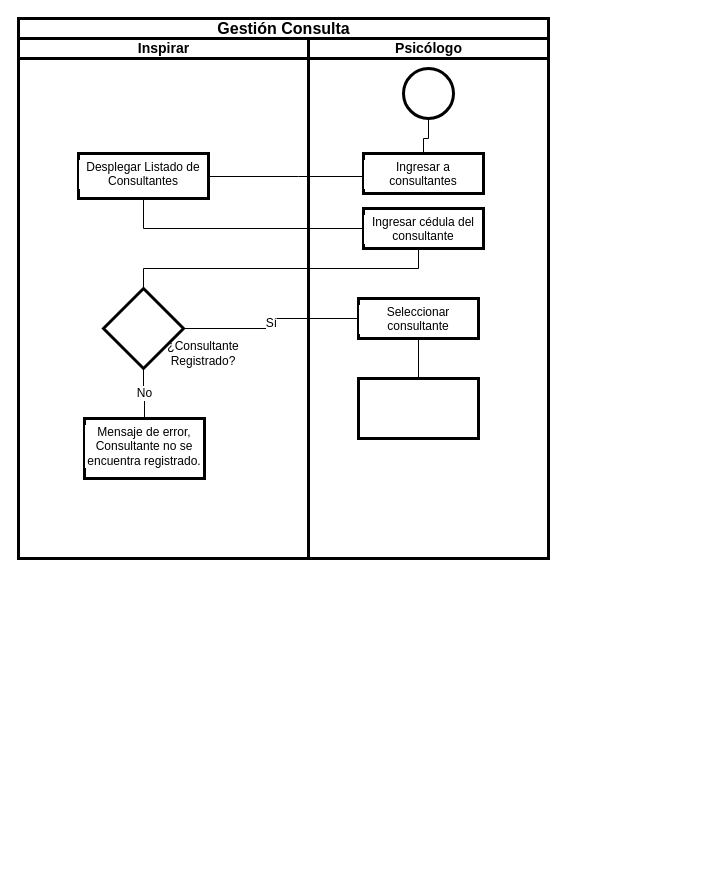
The draw.io diagram page "Diagrama de actividades" (7 of 7) of Diagramas/Untitled Diagram.drawio in MitzyMo/Diagramas, before the edit. Source tidied: cells renumbered, new cells numbered last; positions are measured from the earlier drawing's top-left corner, leaving out a move shared by most shapes. Both pictures are drawn from the tidied source at 100%, with x=0, y=0 at pixel (18, 18).
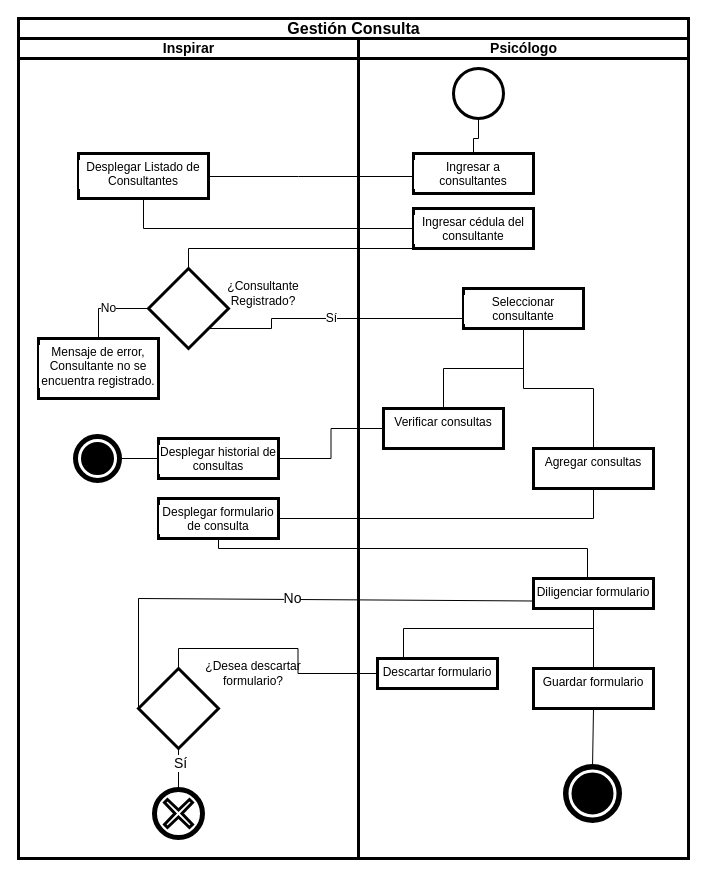
The same page after the edit.

Unchanged cells that the change refers to:
```xml
<mxCell id="4" value="Desplegar Listado de Consultantes" style="whiteSpace=wrap;html=1;fontSize=12;verticalAlign=top;labelBackgroundColor=#ffffff;strokeWidth=3;" parent="3" vertex="1">
  <mxGeometry x="60" y="115" width="130" height="45" as="geometry" />
</mxCell>
<mxCell id="13" value="Ingresar a consultantes" style="whiteSpace=wrap;html=1;fontSize=12;verticalAlign=top;labelBackgroundColor=#ffffff;strokeWidth=3;" parent="10" vertex="1">
  <mxGeometry x="55" y="115" width="120" height="40" as="geometry" />
</mxCell>
<mxCell id="14" value="Ingresar cédula del consultante" style="whiteSpace=wrap;html=1;fontSize=12;verticalAlign=top;labelBackgroundColor=#ffffff;strokeWidth=3;" parent="10" vertex="1">
  <mxGeometry x="55" y="170" width="120" height="40" as="geometry" />
</mxCell>
```

Change to the diagram source:
```diff
@@
     <mxCell id="2" value="Gestión Consulta" style="swimlane;html=1;startSize=20;fontSize=16;strokeWidth=3;" parent="1" vertex="1">
-      <mxGeometry width="530" height="540" as="geometry" />
+      <mxGeometry width="670" height="840" as="geometry" />
     </mxCell>
+    <mxCell id="19" style="edgeStyle=orthogonalEdgeStyle;rounded=0;jettySize=auto;html=1;fontSize=12;endArrow=none;endFill=0;" parent="2" edge="1" source="13" target="4">
+      <mxGeometry relative="1" as="geometry">
+        <Array as="points">
+          <mxPoint x="280" y="158" />
+          <mxPoint x="280" y="158" />
+        </Array>
+      </mxGeometry>
+    </mxCell>
+    <mxCell id="20" style="edgeStyle=orthogonalEdgeStyle;rounded=0;jettySize=auto;html=1;fontSize=12;endArrow=none;endFill=0;exitX=0.5;exitY=1;exitDx=0;exitDy=0;entryX=0;entryY=0.5;entryDx=0;entryDy=0;" parent="2" edge="1" source="4" target="14">
+      <mxGeometry relative="1" as="geometry">
+        <Array as="points">
+          <mxPoint x="125" y="210" />
+        </Array>
+      </mxGeometry>
+    </mxCell>
+    <mxCell id="21" style="edgeStyle=orthogonalEdgeStyle;rounded=0;jettySize=auto;html=1;fontSize=12;endArrow=none;endFill=0;entryX=0.5;entryY=0;entryDx=0;entryDy=0;" parent="2" edge="1" source="14" target="6">
+      <mxGeometry relative="1" as="geometry">
+        <Array as="points">
+          <mxPoint x="170" y="230" />
+        </Array>
+      </mxGeometry>
+    </mxCell>
+    <mxCell id="22" value="Sí" style="edgeStyle=orthogonalEdgeStyle;rounded=0;jettySize=auto;html=1;fontSize=12;endArrow=none;endFill=0;" parent="2" edge="1" source="6" target="16">
+      <mxGeometry relative="1" as="geometry">
+        <Array as="points">
+          <mxPoint x="253" y="310" />
+          <mxPoint x="253" y="300" />
+        </Array>
+      </mxGeometry>
+    </mxCell>
+    <mxCell id="23" style="edgeStyle=orthogonalEdgeStyle;rounded=0;jettySize=auto;html=1;fontSize=14;endArrow=none;endFill=0;" parent="2" edge="1" source="18" target="26">
+      <mxGeometry relative="1" as="geometry" />
+    </mxCell>
+    <mxCell id="24" style="edgeStyle=orthogonalEdgeStyle;rounded=0;jettySize=auto;html=1;fontSize=14;endArrow=none;endFill=0;" parent="2" edge="1" source="36" target="29">
+      <mxGeometry relative="1" as="geometry">
+        <Array as="points">
+          <mxPoint x="575" y="500" />
+        </Array>
+      </mxGeometry>
+    </mxCell>
+    <mxCell id="25" style="edgeStyle=orthogonalEdgeStyle;rounded=0;jettySize=auto;html=1;fontSize=14;endArrow=none;endFill=0;entryX=0.5;entryY=0;entryDx=0;entryDy=0;" parent="2" edge="1" source="29" target="39">
+      <mxGeometry relative="1" as="geometry">
+        <Array as="points">
+          <mxPoint x="200" y="530" />
+          <mxPoint x="569" y="530" />
+          <mxPoint x="569" y="560" />
+        </Array>
+      </mxGeometry>
+    </mxCell>
     <mxCell id="3" value="Inspirar" style="swimlane;html=1;startSize=20;fontSize=14;strokeWidth=3;" parent="2" vertex="1">
-      <mxGeometry y="20" width="290" height="520" as="geometry" />
+      <mxGeometry y="20" width="340" height="820" as="geometry" />
     </mxCell>
@@
-    <mxCell id="5" value="No" style="edgeStyle=orthogonalEdgeStyle;rounded=0;jettySize=auto;html=1;fontSize=12;endArrow=none;endFill=0;" parent="3" edge="1" source="6" target="7">
+    <mxCell id="5" value="No" style="edgeStyle=orthogonalEdgeStyle;rounded=0;jettySize=auto;html=1;fontSize=12;endArrow=none;endFill=0;exitX=0;exitY=0.5;exitDx=0;exitDy=0;" parent="3" edge="1" source="6" target="7">
       <mxGeometry relative="1" as="geometry" />
     </mxCell>
     <mxCell id="6" style="rhombus;whiteSpace=wrap;html=1;fontSize=12;verticalAlign=top;labelBackgroundColor=#ffffff;strokeWidth=3;" parent="3" vertex="1">
-      <mxGeometry x="85" y="250" width="80" height="80" as="geometry" />
+      <mxGeometry x="130" y="230" width="80" height="80" as="geometry" />
     </mxCell>
     <mxCell id="7" value="Mensaje de error, Consultante no se encuentra registrado." style="whiteSpace=wrap;html=1;fontSize=12;verticalAlign=top;labelBackgroundColor=#ffffff;strokeWidth=3;" parent="3" vertex="1">
-      <mxGeometry x="66" y="380" width="120" height="60" as="geometry" />
+      <mxGeometry x="20" y="300" width="120" height="60" as="geometry" />
     </mxCell>
     <mxCell id="8" value="¿Consultante Registrado?" style="text;html=1;strokeColor=none;fillColor=none;align=center;verticalAlign=middle;whiteSpace=wrap;rounded=0;labelBackgroundColor=none;fontSize=12;" parent="3" vertex="1">
-      <mxGeometry x="140" y="300" width="90" height="30" as="geometry" />
+      <mxGeometry x="200" y="240" width="90" height="30" as="geometry" />
     </mxCell>
@@
+    <mxCell id="26" value="Desplegar historial de consultas" style="whiteSpace=wrap;html=1;verticalAlign=top;labelBackgroundColor=#ffffff;strokeWidth=3;" parent="3" vertex="1">
+      <mxGeometry x="140" y="400" width="120" height="40" as="geometry" />
+    </mxCell>
+    <mxCell id="27" style="points=[[0.145,0.145,0],[0.5,0,0],[0.855,0.145,0],[1,0.5,0],[0.855,0.855,0],[0.5,1,0],[0.145,0.855,0],[0,0.5,0]];shape=mxgraph.bpmn.event;html=1;verticalLabelPosition=bottom;labelBackgroundColor=#ffffff;verticalAlign=top;align=center;perimeter=ellipsePerimeter;outlineConnect=0;outline=end;symbol=terminate;fontSize=14;strokeWidth=3;" parent="3" vertex="1">
+      <mxGeometry x="59" y="400" width="40" height="40" as="geometry" />
+    </mxCell>
+    <mxCell id="28" style="endArrow=none;html=1;rounded=0;fontSize=14;exitX=0;exitY=0.5;exitDx=0;exitDy=0;entryX=1;entryY=0.5;entryDx=0;entryDy=0;entryPerimeter=0;" parent="3" edge="1" source="26" target="27">
+      <mxGeometry relative="1" as="geometry" />
+    </mxCell>
+    <mxCell id="29" value="Desplegar formulario de consulta" style="whiteSpace=wrap;html=1;verticalAlign=top;labelBackgroundColor=#ffffff;strokeWidth=3;" parent="3" vertex="1">
+      <mxGeometry x="140" y="460" width="120" height="40" as="geometry" />
+    </mxCell>
+    <mxCell id="30" style="points=[[0.145,0.145,0],[0.5,0,0],[0.855,0.145,0],[1,0.5,0],[0.855,0.855,0],[0.5,1,0],[0.145,0.855,0],[0,0.5,0]];shape=mxgraph.bpmn.event;html=1;verticalLabelPosition=bottom;labelBackgroundColor=#ffffff;verticalAlign=top;align=center;perimeter=ellipsePerimeter;outlineConnect=0;outline=boundInt;symbol=cancel;fontSize=14;strokeWidth=3;" parent="3" vertex="1">
+      <mxGeometry x="135" y="750" width="50" height="50" as="geometry" />
+    </mxCell>
+    <mxCell id="31" style="rhombus;whiteSpace=wrap;html=1;verticalAlign=top;labelBackgroundColor=#ffffff;strokeWidth=3;" parent="3" vertex="1">
+      <mxGeometry x="120" y="630" width="80" height="80" as="geometry" />
+    </mxCell>
+    <mxCell id="32" value="¿Desea descartar formulario?" style="text;html=1;strokeColor=none;fillColor=none;align=center;verticalAlign=middle;whiteSpace=wrap;rounded=0;labelBackgroundColor=none;fontSize=12;" parent="3" vertex="1">
+      <mxGeometry x="180" y="620" width="110" height="30" as="geometry" />
+    </mxCell>
+    <mxCell id="33" style="endArrow=none;html=1;rounded=0;fontSize=14;entryX=0.5;entryY=0;entryDx=0;entryDy=0;exitX=0.5;exitY=1;exitDx=0;exitDy=0;entryPerimeter=0;" parent="3" edge="1" source="31" target="30">
+      <mxGeometry relative="1" as="geometry" />
+    </mxCell>
+    <mxCell id="34" value="Sí" style="edgeLabel;html=1;align=center;verticalAlign=middle;fontSize=14;" parent="33" vertex="1">
+      <mxGeometry x="-0.3" y="1" relative="1" as="geometry" />
+    </mxCell>
+    <mxCell id="35" style="edgeStyle=orthogonalEdgeStyle;rounded=0;jettySize=auto;html=1;fontSize=14;endArrow=none;endFill=0;entryX=0.5;entryY=0;entryDx=0;entryDy=0;" parent="2" edge="1" source="40" target="31">
+      <mxGeometry relative="1" as="geometry" />
+    </mxCell>
     <mxCell id="10" value="Psicólogo" style="swimlane;html=1;startSize=20;fontSize=14;strokeWidth=3;" parent="2" vertex="1">
-      <mxGeometry x="290" y="20" width="240" height="520" as="geometry" />
+      <mxGeometry x="340" y="20" width="330" height="820" as="geometry" />
     </mxCell>
@@
     <mxCell id="16" value="Seleccionar consultante" style="whiteSpace=wrap;html=1;fontSize=12;verticalAlign=top;labelBackgroundColor=#ffffff;strokeWidth=3;" parent="10" vertex="1">
-      <mxGeometry x="50" y="260" width="120" height="40" as="geometry" />
+      <mxGeometry x="105" y="250" width="120" height="40" as="geometry" />
     </mxCell>
@@
-    <mxCell id="18" style="whiteSpace=wrap;html=1;verticalAlign=top;labelBackgroundColor=#ffffff;strokeWidth=3;" parent="10" vertex="1">
-      <mxGeometry x="50" y="340" width="120" height="60" as="geometry" />
+    <mxCell id="18" value="Verificar consultas" style="whiteSpace=wrap;html=1;verticalAlign=top;labelBackgroundColor=#ffffff;strokeWidth=3;" parent="10" vertex="1">
+      <mxGeometry x="25" y="370" width="120" height="40" as="geometry" />
     </mxCell>
-    <mxCell id="19" style="edgeStyle=orthogonalEdgeStyle;rounded=0;jettySize=auto;html=1;fontSize=12;endArrow=none;endFill=0;" parent="2" edge="1" source="13" target="4">
-      <mxGeometry relative="1" as="geometry">
-        <Array as="points">
-          <mxPoint x="280" y="158" />
-          <mxPoint x="280" y="158" />
-        </Array>
-      </mxGeometry>
-    </mxCell>
-    <mxCell id="20" style="edgeStyle=orthogonalEdgeStyle;rounded=0;jettySize=auto;html=1;fontSize=12;endArrow=none;endFill=0;exitX=0.5;exitY=1;exitDx=0;exitDy=0;entryX=0;entryY=0.5;entryDx=0;entryDy=0;" parent="2" edge="1" source="4" target="14">
-      <mxGeometry relative="1" as="geometry">
-        <Array as="points">
-          <mxPoint x="125" y="210" />
-        </Array>
-      </mxGeometry>
-    </mxCell>
-    <mxCell id="21" style="edgeStyle=orthogonalEdgeStyle;rounded=0;jettySize=auto;html=1;fontSize=12;endArrow=none;endFill=0;" parent="2" edge="1" source="14" target="6">
-      <mxGeometry relative="1" as="geometry">
-        <Array as="points">
-          <mxPoint x="400" y="250" />
-          <mxPoint x="125" y="250" />
-        </Array>
-      </mxGeometry>
-    </mxCell>
-    <mxCell id="22" value="Sí" style="edgeStyle=orthogonalEdgeStyle;rounded=0;jettySize=auto;html=1;fontSize=12;endArrow=none;endFill=0;" parent="2" edge="1" source="6" target="16">
-      <mxGeometry relative="1" as="geometry">
-        <Array as="points">
-          <mxPoint x="253" y="310" />
-          <mxPoint x="253" y="300" />
-        </Array>
-      </mxGeometry>
-    </mxCell>
+    <mxCell id="36" value="Agregar consultas" style="whiteSpace=wrap;html=1;verticalAlign=top;labelBackgroundColor=#ffffff;strokeWidth=3;" parent="10" vertex="1">
+      <mxGeometry x="175" y="410" width="120" height="40" as="geometry" />
+    </mxCell>
+    <mxCell id="37" style="edgeStyle=orthogonalEdgeStyle;rounded=0;jettySize=auto;html=1;fontSize=14;endArrow=none;endFill=0;exitX=0.5;exitY=1;exitDx=0;exitDy=0;" parent="10" edge="1" source="16" target="36">
+      <mxGeometry relative="1" as="geometry" />
+    </mxCell>
+    <mxCell id="38" style="edgeStyle=orthogonalEdgeStyle;rounded=0;jettySize=auto;html=1;fontSize=14;endArrow=none;endFill=0;" parent="10" edge="1" source="39" target="40">
+      <mxGeometry relative="1" as="geometry">
+        <Array as="points">
+          <mxPoint x="235" y="590" />
+          <mxPoint x="45" y="590" />
+        </Array>
+      </mxGeometry>
+    </mxCell>
+    <mxCell id="39" value="Diligenciar formulario" style="whiteSpace=wrap;html=1;verticalAlign=top;labelBackgroundColor=#ffffff;strokeWidth=3;" parent="10" vertex="1">
+      <mxGeometry x="175" y="540" width="120" height="30" as="geometry" />
+    </mxCell>
+    <mxCell id="40" value="Descartar formulario" style="whiteSpace=wrap;html=1;verticalAlign=top;labelBackgroundColor=#ffffff;strokeWidth=3;" parent="10" vertex="1">
+      <mxGeometry x="19" y="620" width="120" height="30" as="geometry" />
+    </mxCell>
+    <mxCell id="41" value="Guardar formulario" style="whiteSpace=wrap;html=1;verticalAlign=top;labelBackgroundColor=#ffffff;strokeWidth=3;" parent="10" vertex="1">
+      <mxGeometry x="175" y="630" width="120" height="40" as="geometry" />
+    </mxCell>
+    <mxCell id="42" style="edgeStyle=orthogonalEdgeStyle;rounded=0;jettySize=auto;html=1;fontSize=14;endArrow=none;endFill=0;" parent="10" edge="1" source="39" target="41">
+      <mxGeometry relative="1" as="geometry" />
+    </mxCell>
+    <mxCell id="43" style="points=[[0.145,0.145,0],[0.5,0,0],[0.855,0.145,0],[1,0.5,0],[0.855,0.855,0],[0.5,1,0],[0.145,0.855,0],[0,0.5,0]];shape=mxgraph.bpmn.event;html=1;verticalLabelPosition=bottom;labelBackgroundColor=#ffffff;verticalAlign=top;align=center;perimeter=ellipsePerimeter;outlineConnect=0;outline=end;symbol=terminate;fontSize=14;strokeWidth=3;" parent="10" vertex="1">
+      <mxGeometry x="209" y="730" width="50" height="50" as="geometry" />
+    </mxCell>
+    <mxCell id="44" style="endArrow=none;html=1;rounded=0;fontSize=14;entryX=0.5;entryY=1;entryDx=0;entryDy=0;exitX=0.5;exitY=0;exitDx=0;exitDy=0;exitPerimeter=0;" parent="10" edge="1" source="43" target="41">
+      <mxGeometry relative="1" as="geometry" />
+    </mxCell>
+    <mxCell id="45" style="endArrow=none;html=1;rounded=0;fontSize=14;entryX=0;entryY=0.75;entryDx=0;entryDy=0;exitX=0;exitY=0.5;exitDx=0;exitDy=0;" parent="2" edge="1" source="31" target="39">
+      <mxGeometry relative="1" as="geometry">
+        <Array as="points">
+          <mxPoint x="120" y="580" />
+        </Array>
+      </mxGeometry>
+    </mxCell>
+    <mxCell id="46" value="No" style="edgeLabel;html=1;align=center;verticalAlign=middle;fontSize=14;" parent="45" vertex="1">
+      <mxGeometry x="0.04" y="1" relative="1" as="geometry" />
+    </mxCell>
```
